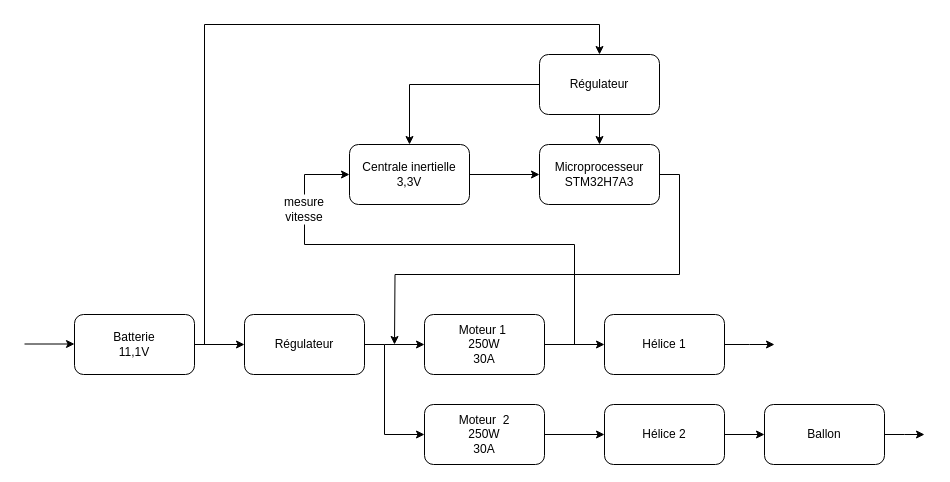
Earlier version of the draw.io diagram Diagramme sans nom.drawio (0reoAurelien/projet-hovercraft). Source tidied: cells renumbered, new cells numbered last; positions are measured from the earlier drawing's top-left corner, leaving out a move shared by most shapes. Both pictures are drawn from the tidied source at 100%, with x=0, y=0 at pixel (24, 24).
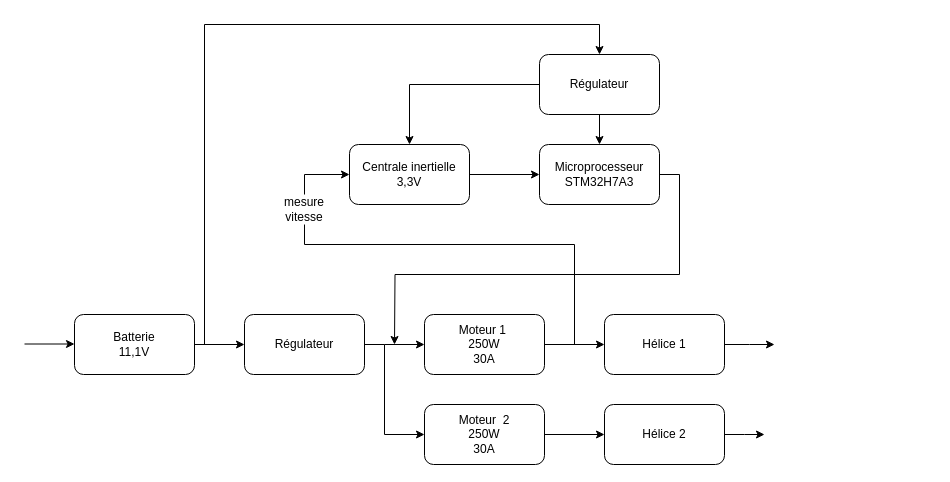
After the change.

Commit message:
Schéma-bloc Hovercraft.drawio

Unchanged cells that the change refers to:
```xml
<mxCell id="23" value="Hélice 2" style="rounded=1;whiteSpace=wrap;html=1;" parent="1" vertex="1">
  <mxGeometry x="580" y="380" width="120" height="60" as="geometry" />
</mxCell>
```

Diff of the diagram source:
```diff
@@
-    <mxCell id="22" style="edgeStyle=orthogonalEdgeStyle;rounded=0;jettySize=auto;html=1;exitX=1;exitY=0.5;exitDx=0;exitDy=0;entryX=0;entryY=0.5;entryDx=0;entryDy=0;" parent="1" edge="1" source="23" target="25">
-      <mxGeometry relative="1" as="geometry" />
+    <mxCell id="22" style="edgeStyle=orthogonalEdgeStyle;rounded=0;jettySize=auto;html=1;exitX=1;exitY=0.5;exitDx=0;exitDy=0;entryX=0;entryY=0.5;entryDx=0;entryDy=0;" parent="1" edge="1" source="23">
+      <mxGeometry relative="1" as="geometry">
+        <mxPoint x="740" y="410" as="targetPoint" />
+      </mxGeometry>
     </mxCell>
@@
-    <mxCell id="24" style="edgeStyle=orthogonalEdgeStyle;rounded=0;jettySize=auto;html=1;exitX=1;exitY=0.5;exitDx=0;exitDy=0;" parent="1" edge="1" source="25">
-      <mxGeometry relative="1" as="geometry">
-        <mxPoint x="900" y="410" as="targetPoint" />
-      </mxGeometry>
-    </mxCell>
-    <mxCell id="25" value="Ballon" style="rounded=1;whiteSpace=wrap;html=1;" parent="1" vertex="1">
-      <mxGeometry x="740" y="380" width="120" height="60" as="geometry" />
-    </mxCell>
```
